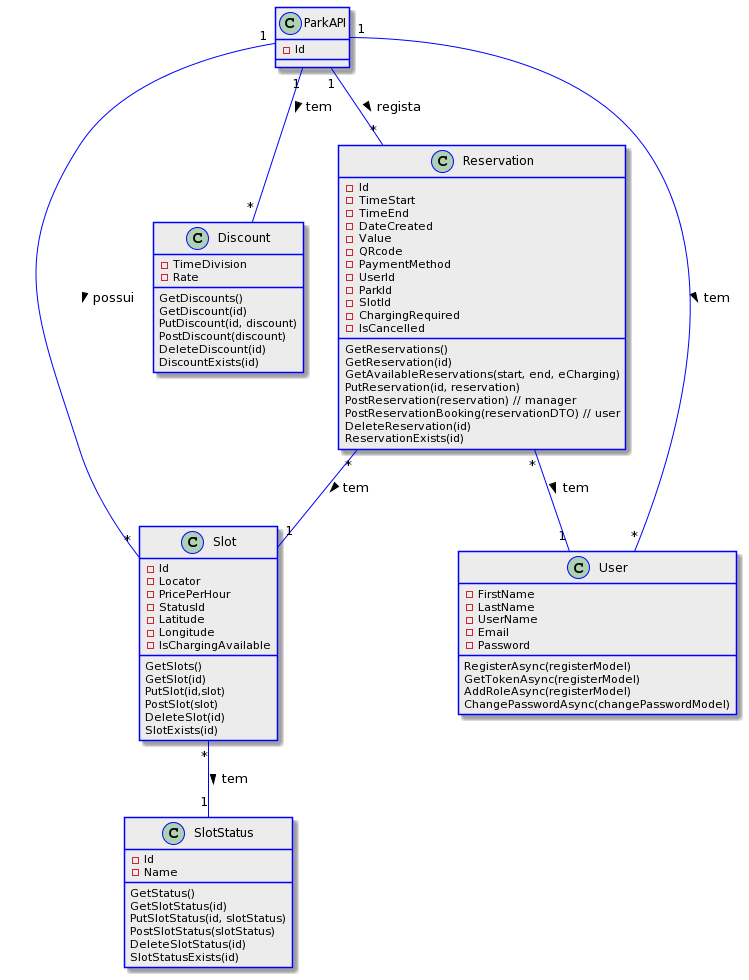
Above: Documentos/API Private Park/diagrama_classes.png in UPskillDOTNET/SapienSoft (PlantUML), before the change.
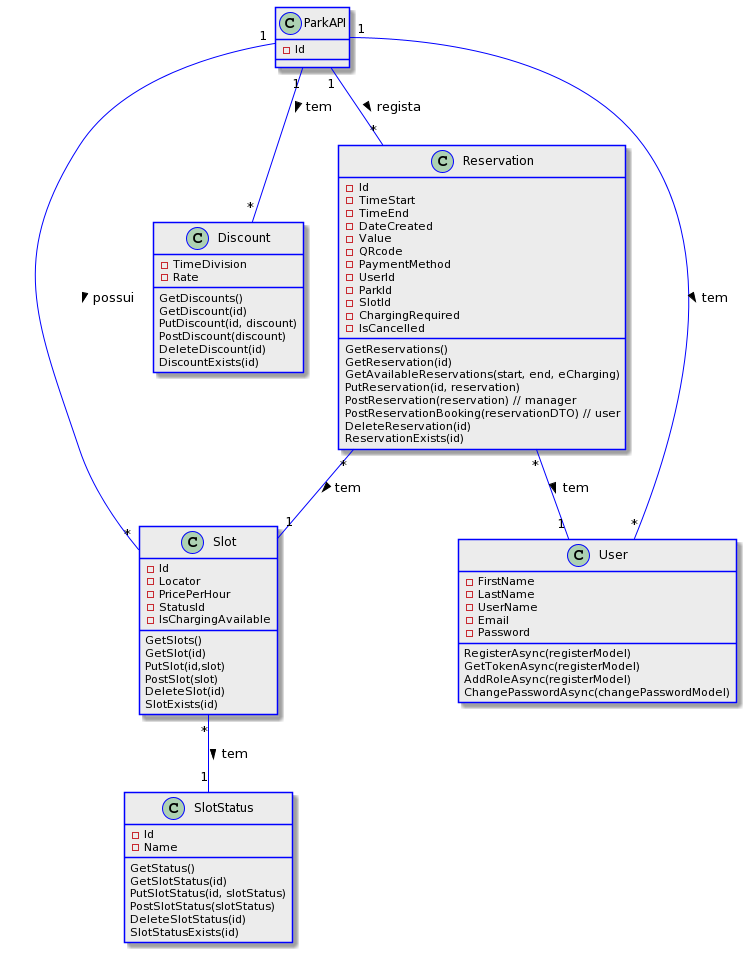
After the change.

Diff of the diagram source:
```diff
@@ -48,8 +48,6 @@
 - Locator
 - PricePerHour
 - StatusId
-- Latitude
-- Longitude
 - IsChargingAvailable
 GetSlots()
 GetSlot(id)
```
